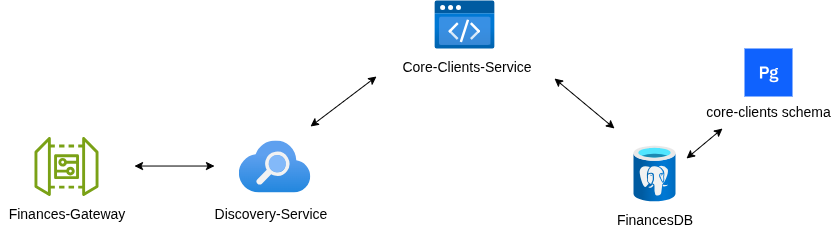
Before: src/main/resources/finances-diagram.png, a diagram exported from draw.io (matheus-nicolau/core-clients-service). Source tidied: cells renumbered, new cells last; positions are measured from the earlier drawing's top-left corner, leaving out a move shared by most shapes.
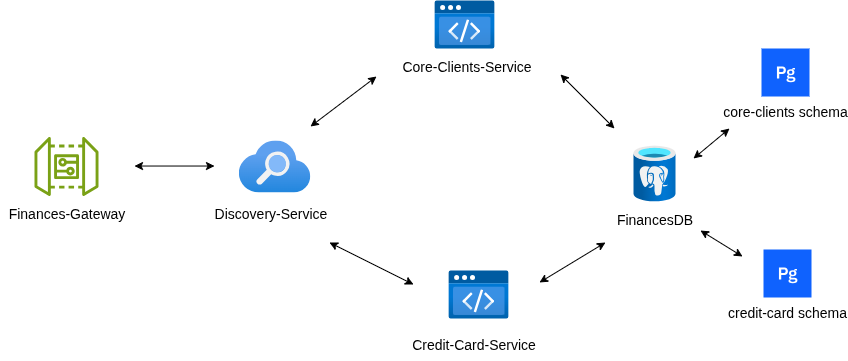
After the change.

Commit message:
feat: implements the open feing client to credit-service

What changed in the source:
```diff
@@ -27,7 +27,7 @@
       <mxGeometry x="605" y="201" width="98" height="35" as="geometry" />
     </mxCell>
     <mxCell id="10" value="core-clients schema" style="shape=rect;fillColor=#0F62FE;labelPosition=center;verticalLabelPosition=bottom;align=center;verticalAlign=top;strokeColor=none;fontSize=14;" parent="1" vertex="1">
-      <mxGeometry x="744" y="48" width="48" height="48" as="geometry" />
+      <mxGeometry x="761" y="48" width="48" height="48" as="geometry" />
     </mxCell>
     <mxCell id="11" style="fillColor=#ffffff;strokeColor=none;dashed=0;html=1;labelPosition=center;verticalLabelPosition=bottom;verticalAlign=top;shape=mxgraph.ibm_cloud.database--postgresql;" parent="10" vertex="1">
       <mxGeometry width="24" height="24" relative="1" as="geometry">
@@ -48,15 +48,46 @@
     </mxCell>
     <mxCell id="14" style="endArrow=classic;startArrow=classic;html=1;rounded=0;" parent="1" edge="1">
       <mxGeometry relative="1" as="geometry">
-        <mxPoint x="554" y="78" as="sourcePoint" />
+        <mxPoint x="560" y="74" as="sourcePoint" />
         <mxPoint x="614" y="128" as="targetPoint" />
       </mxGeometry>
     </mxCell>
     <mxCell id="15" style="endArrow=classic;startArrow=classic;html=1;rounded=0;" parent="1" edge="1">
       <mxGeometry relative="1" as="geometry">
-        <mxPoint x="686" y="158" as="sourcePoint" />
-        <mxPoint x="722" y="128" as="targetPoint" />
+        <mxPoint x="693" y="158" as="sourcePoint" />
+        <mxPoint x="729" y="128" as="targetPoint" />
       </mxGeometry>
     </mxCell>
+    <mxCell id="16" style="image;html=1;align=center;fontSize=12;image=img/lib/azure2/preview/Static_Apps.svg;" parent="1" vertex="1">
+      <mxGeometry x="448" y="270" width="60" height="48" as="geometry" />
+    </mxCell>
+    <mxCell id="17" value="&lt;font style=&quot;font-size: 14px;&quot;&gt;Credit-Card-Service&lt;/font&gt;" style="text;html=1;align=center;verticalAlign=middle;strokeColor=none;fillColor=none;" parent="1" vertex="1">
+      <mxGeometry x="403" y="326" width="140" height="35" as="geometry" />
+    </mxCell>
+    <mxCell id="18" value="credit-card schema" style="shape=rect;fillColor=#0F62FE;labelPosition=center;verticalLabelPosition=bottom;align=center;verticalAlign=top;strokeColor=none;fontSize=14;" parent="1" vertex="1">
+      <mxGeometry x="763" y="249" width="48" height="48" as="geometry" />
+    </mxCell>
+    <mxCell id="19" style="fillColor=#ffffff;strokeColor=none;dashed=0;html=1;labelPosition=center;verticalLabelPosition=bottom;verticalAlign=top;shape=mxgraph.ibm_cloud.database--postgresql;" parent="18" vertex="1">
+      <mxGeometry width="24" height="24" relative="1" as="geometry">
+        <mxPoint x="12" y="12" as="offset" />
+      </mxGeometry>
+    </mxCell>
+    <mxCell id="20" style="endArrow=classic;startArrow=classic;html=1;rounded=0;entryX=0.071;entryY=1.029;entryDx=0;entryDy=0;entryPerimeter=0;" parent="1" edge="1">
+      <mxGeometry relative="1" as="geometry">
+        <mxPoint x="539" y="282" as="sourcePoint" />
+        <mxPoint x="605" y="242" as="targetPoint" />
+      </mxGeometry>
+    </mxCell>
+    <mxCell id="21" style="endArrow=classic;startArrow=classic;html=1;rounded=0;exitX=0.969;exitY=0.829;exitDx=0;exitDy=0;exitPerimeter=0;" parent="1" edge="1" source="9">
+      <mxGeometry relative="1" as="geometry">
+        <mxPoint x="742" y="256" as="targetPoint" />
+      </mxGeometry>
+    </mxCell>
+    <mxCell id="22" style="endArrow=classic;startArrow=classic;html=1;rounded=0;" parent="1" edge="1">
+      <mxGeometry relative="1" as="geometry">
+        <mxPoint x="329" y="242" as="sourcePoint" />
+        <mxPoint x="413" y="284" as="targetPoint" />
+      </mxGeometry>
+    </mxCell>
   </root>
 </mxGraphModel>
```
